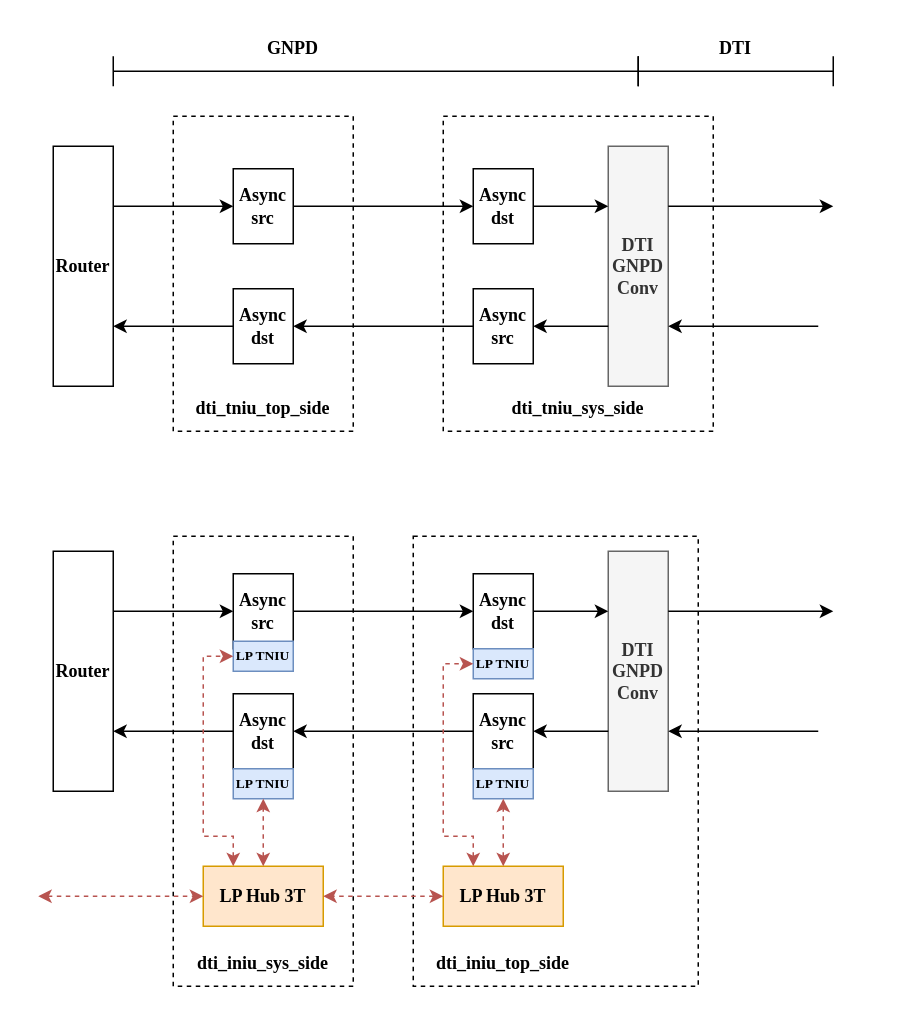
Before: page "dti tniu" (2 of 2) of doc/dti.drawio in sanqi625/dti_noc, a draw.io diagram. Source tidied: cells renumbered, new cells numbered last; positions are measured from the earlier drawing's top-left corner, leaving out a move shared by most shapes. Both pictures are drawn from the tidied source at 150%, with x=0, y=0 at pixel (38, 26).
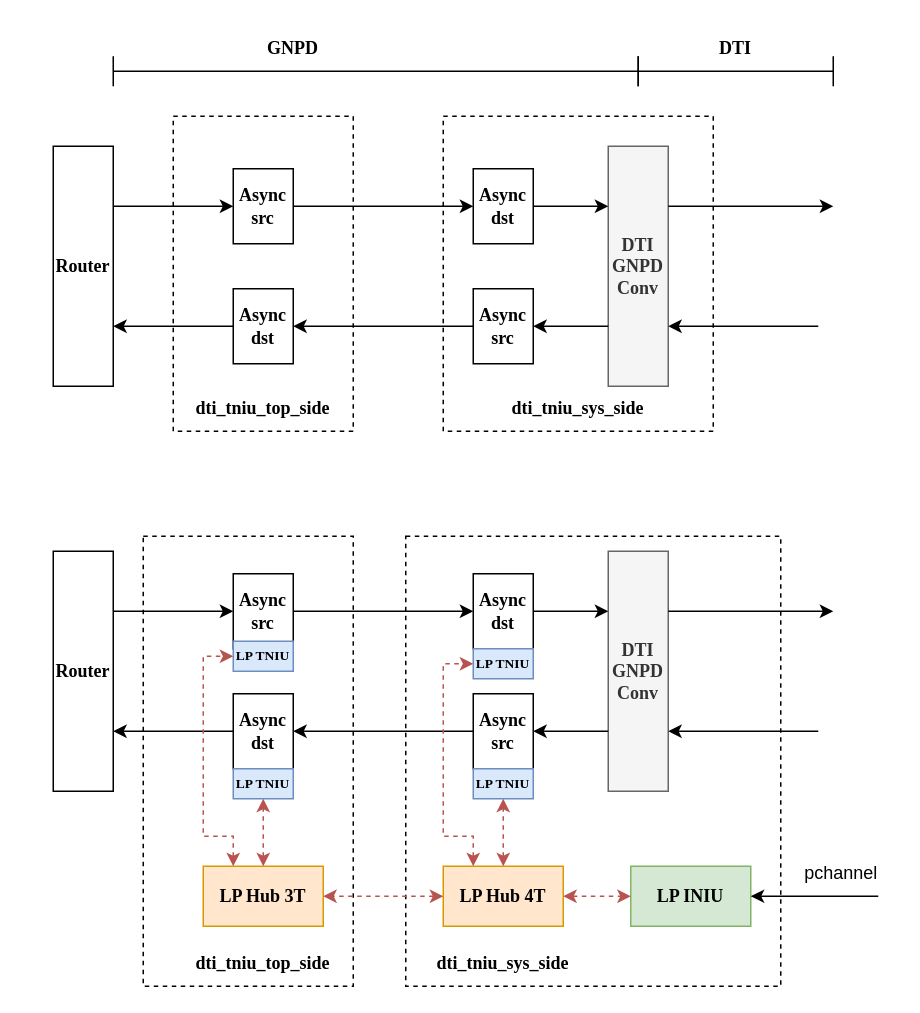
The same page after the edit.

Unchanged cells that the change refers to:
```xml
<mxCell id="42" value="&lt;font style=&quot;font-size: 9px;&quot;&gt;LP TNIU&lt;/font&gt;" style="rounded=0;whiteSpace=wrap;html=1;fillColor=#dae8fc;strokeColor=#6c8ebf;fontSize=9;fontFamily=Times New Roman;fontStyle=1;" parent="1" vertex="1">
  <mxGeometry x="290" y="495" width="40" height="20" as="geometry" />
</mxCell>
<mxCell id="44" value="&lt;font&gt;LP Hub 3T&lt;/font&gt;" style="rounded=0;whiteSpace=wrap;html=1;fillColor=#ffe6cc;strokeColor=#d79b00;fontStyle=1;fontFamily=Times New Roman;" parent="1" vertex="1">
  <mxGeometry x="110" y="560" width="80" height="40" as="geometry" />
</mxCell>
```

The edit, as a diff of the source:
```diff
@@
     <mxCell id="2" style="rounded=0;whiteSpace=wrap;html=1;dashed=1;" parent="1" vertex="1">
-      <mxGeometry x="90" y="340" width="120" height="300" as="geometry" />
+      <mxGeometry x="70" y="340" width="140" height="300" as="geometry" />
     </mxCell>
     <mxCell id="3" style="rounded=0;whiteSpace=wrap;html=1;dashed=1;" parent="1" vertex="1">
-      <mxGeometry x="250" y="340" width="190" height="300" as="geometry" />
+      <mxGeometry x="245" y="340" width="250" height="300" as="geometry" />
     </mxCell>
@@
-    <mxCell id="45" value="&lt;font&gt;LP Hub 3T&lt;/font&gt;" style="rounded=0;whiteSpace=wrap;html=1;fillColor=#ffe6cc;strokeColor=#d79b00;fontStyle=1;fontFamily=Times New Roman;" parent="1" vertex="1">
+    <mxCell id="45" value="&lt;font&gt;LP Hub 4T&lt;/font&gt;" style="rounded=0;whiteSpace=wrap;html=1;fillColor=#ffe6cc;strokeColor=#d79b00;fontStyle=1;fontFamily=Times New Roman;" parent="1" vertex="1">
       <mxGeometry x="270" y="560" width="80" height="40" as="geometry" />
     </mxCell>
     <mxCell id="46" style="endArrow=classic;html=1;rounded=0;exitX=0.5;exitY=0;exitDx=0;exitDy=0;startArrow=classic;startFill=1;fillColor=#f8cecc;strokeColor=#b85450;dashed=1;fontFamily=Times New Roman;fontStyle=1;entryX=0.5;entryY=1;entryDx=0;entryDy=0;" parent="1" edge="1" source="45" target="42">
-      <mxGeometry relative="1" as="geometry" />
+      <mxGeometry relative="1" as="geometry">
+        <Array as="points">
+          <mxPoint x="310" y="540" />
+        </Array>
+      </mxGeometry>
     </mxCell>
@@
-    <mxCell id="51" style="endArrow=classic;html=1;rounded=0;entryX=0;entryY=0.5;entryDx=0;entryDy=0;startArrow=classic;startFill=1;fillColor=#f8cecc;strokeColor=#b85450;dashed=1;fontFamily=Times New Roman;fontStyle=1;" parent="1" edge="1" target="44">
-      <mxGeometry relative="1" as="geometry">
-        <mxPoint y="580" as="sourcePoint" />
-      </mxGeometry>
-    </mxCell>
-    <mxCell id="52" value="&lt;font face=&quot;Times New Roman&quot;&gt;&lt;b&gt;dti_iniu_sys_side&lt;/b&gt;&lt;/font&gt;" style="text;html=1;align=center;verticalAlign=middle;whiteSpace=wrap;rounded=0;" parent="1" vertex="1">
+    <mxCell id="52" value="&lt;font face=&quot;Times New Roman&quot;&gt;&lt;b&gt;dti_tniu_top_side&lt;/b&gt;&lt;/font&gt;" style="text;html=1;align=center;verticalAlign=middle;whiteSpace=wrap;rounded=0;" parent="1" vertex="1">
       <mxGeometry x="120" y="610" width="60" height="30" as="geometry" />
     </mxCell>
-    <mxCell id="53" value="&lt;font face=&quot;Times New Roman&quot;&gt;&lt;b&gt;dti_iniu_top_side&lt;/b&gt;&lt;/font&gt;" style="text;html=1;align=center;verticalAlign=middle;whiteSpace=wrap;rounded=0;" parent="1" vertex="1">
+    <mxCell id="53" value="&lt;font face=&quot;Times New Roman&quot;&gt;&lt;b&gt;dti_tniu_sys&lt;/b&gt;&lt;/font&gt;&lt;b style=&quot;font-family: &amp;quot;Times New Roman&amp;quot;; background-color: initial;&quot;&gt;_side&lt;/b&gt;" style="text;html=1;align=center;verticalAlign=middle;whiteSpace=wrap;rounded=0;" parent="1" vertex="1">
       <mxGeometry x="280" y="610" width="60" height="30" as="geometry" />
     </mxCell>
+    <mxCell id="54" value="LP INIU" style="rounded=0;whiteSpace=wrap;html=1;fillColor=#d5e8d4;strokeColor=#82b366;fontStyle=1;fontFamily=Times New Roman;" parent="1" vertex="1">
+      <mxGeometry x="395" y="560" width="80" height="40" as="geometry" />
+    </mxCell>
+    <mxCell id="55" style="endArrow=classic;html=1;rounded=0;exitX=1;exitY=0.5;exitDx=0;exitDy=0;startArrow=classic;startFill=1;fillColor=#f8cecc;strokeColor=#b85450;dashed=1;fontFamily=Times New Roman;fontStyle=1;entryX=0;entryY=0.5;entryDx=0;entryDy=0;" parent="1" edge="1" source="45" target="54">
+      <mxGeometry relative="1" as="geometry" />
+    </mxCell>
+    <mxCell id="56" style="endArrow=classic;html=1;rounded=0;entryX=1;entryY=0.5;entryDx=0;entryDy=0;" parent="1" edge="1" target="54">
+      <mxGeometry relative="1" as="geometry">
+        <mxPoint x="560" y="580" as="sourcePoint" />
+      </mxGeometry>
+    </mxCell>
+    <mxCell id="57" value="pchannel" style="text;html=1;align=center;verticalAlign=middle;strokeColor=none;fillColor=none;" parent="1" vertex="1">
+      <mxGeometry x="500" y="550" width="70" height="30" as="geometry" />
+    </mxCell>
```
